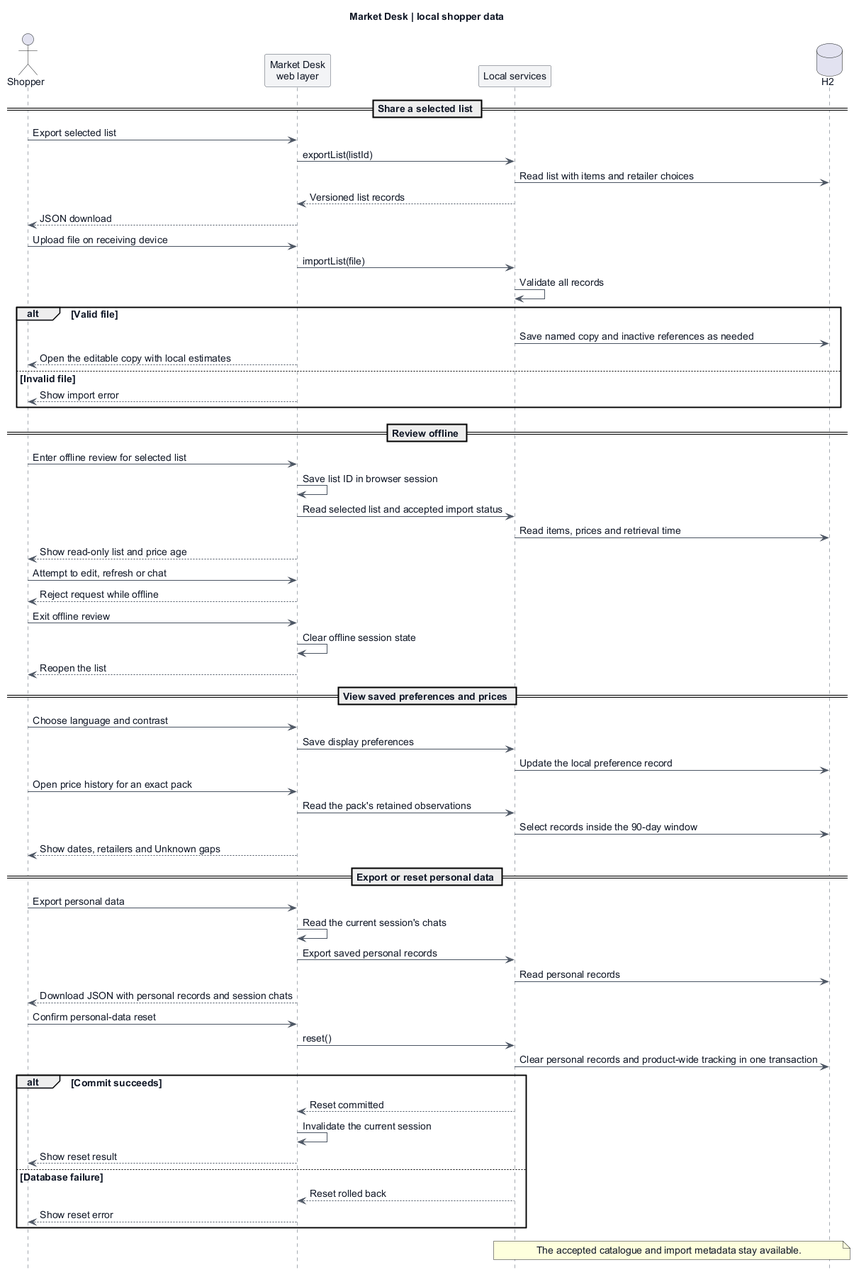
Before: docs/diagrams/j10-j12/shopper-sequence.png, a diagram exported from PlantUML (LamHeiKit230208993/CS3383-Project). Its diagram source:
```plantuml
@startuml
skinparam backgroundColor #ffffff
skinparam defaultFontName Arial
skinparam defaultFontSize 14
skinparam defaultFontColor #111827
skinparam shadowing false
skinparam arrowColor #4b5563
skinparam sequenceParticipantBackgroundColor #f3f4f6
skinparam sequenceParticipantBorderColor #4b5563
skinparam sequenceLifeLineBorderColor #4b5563
hide footbox
title Market Desk | local shopper data

actor Shopper
participant "Market Desk\nweb layer" as Web
participant "Local services" as Service
database "H2" as DB

== Share a selected list ==

Shopper -> Web: Export selected list
Web -> Service: exportList(listId)
Service -> DB: Read list with items and retailer choices
Service --> Web: Versioned list records
Web --> Shopper: JSON download
Shopper -> Web: Upload file on receiving device
Web -> Service: importList(file)
Service -> Service: Validate all records
alt Valid file
  Service -> DB: Save named copy and inactive references as needed
  Web --> Shopper: Open the editable copy with local estimates
else Invalid file
  Web --> Shopper: Show import error
end

== Review offline ==

Shopper -> Web: Enter offline review for selected list
Web -> Web: Save list ID in browser session
Web -> Service: Read selected list and accepted import status
Service -> DB: Read items, prices and retrieval time
Web --> Shopper: Show read-only list and price age
Shopper -> Web: Attempt to edit, refresh or chat
Web --> Shopper: Reject request while offline
Shopper -> Web: Exit offline review
Web -> Web: Clear offline session state
Web --> Shopper: Reopen the list

== View saved preferences and prices ==

Shopper -> Web: Choose language and contrast
Web -> Service: Save display preferences
Service -> DB: Update the local preference record
Shopper -> Web: Open price history for an exact pack
Web -> Service: Read the pack's retained observations
Service -> DB: Select records inside the 90-day window
Web --> Shopper: Show dates, retailers and Unknown gaps

== Export or reset personal data ==

Shopper -> Web: Export personal data
Web -> Web: Read the current session's chats
Web -> Service: Export saved personal records
Service -> DB: Read personal records
Web --> Shopper: Download JSON with personal records and session chats
Shopper -> Web: Confirm personal-data reset
Web -> Service: reset()
Service -> DB: Clear personal records and product-wide tracking in one transaction
alt Commit succeeds
  Service --> Web: Reset committed
  Web -> Web: Invalidate the current session
  Web --> Shopper: Show reset result
else Database failure
  Service --> Web: Reset rolled back
  Web --> Shopper: Show reset error
end
note over Service,DB: The accepted catalogue and import metadata stay available.
@enduml
```
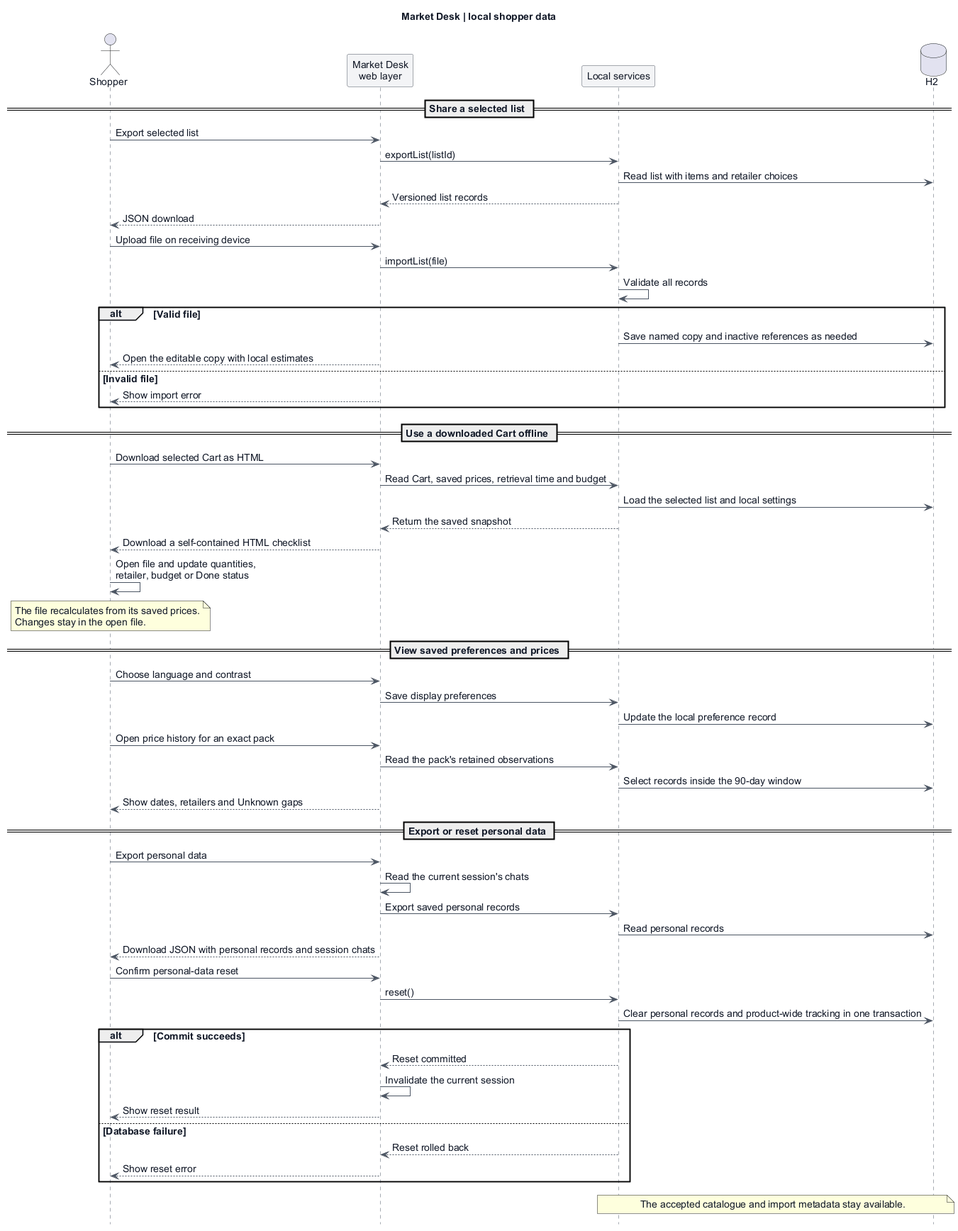
Later version of the same file.

Change to the diagram source:
```diff
@@ -33,18 +33,15 @@
   Web --> Shopper: Show import error
 end
 
-== Review offline ==
+== Use a downloaded Cart offline ==
 
-Shopper -> Web: Enter offline review for selected list
-Web -> Web: Save list ID in browser session
-Web -> Service: Read selected list and accepted import status
-Service -> DB: Read items, prices and retrieval time
-Web --> Shopper: Show read-only list and price age
-Shopper -> Web: Attempt to edit, refresh or chat
-Web --> Shopper: Reject request while offline
-Shopper -> Web: Exit offline review
-Web -> Web: Clear offline session state
-Web --> Shopper: Reopen the list
+Shopper -> Web: Download selected Cart as HTML
+Web -> Service: Read Cart, saved prices, retrieval time and budget
+Service -> DB: Load the selected list and local settings
+Service --> Web: Return the saved snapshot
+Web --> Shopper: Download a self-contained HTML checklist
+Shopper -> Shopper: Open file and update quantities,\nretailer, budget or Done status
+note over Shopper: The file recalculates from its saved prices.\nChanges stay in the open file.
 
 == View saved preferences and prices ==
 
```
